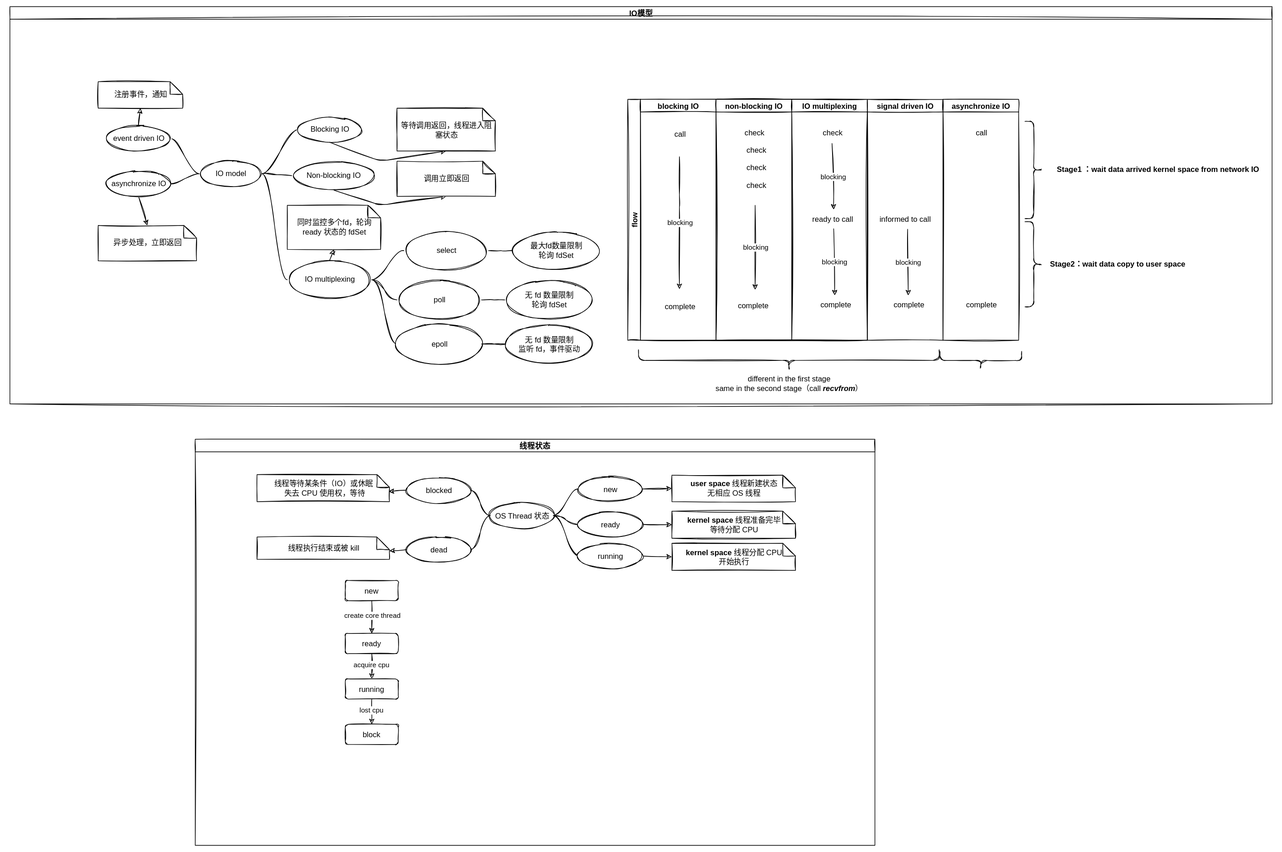
Earlier version of the draw.io export Mindmap/IO模型导图.svg (justin4v/ZettelNotes). Source tidied: cells renumbered, new cells last; positions are measured from the earlier drawing's top-left corner, leaving out a move shared by most shapes.
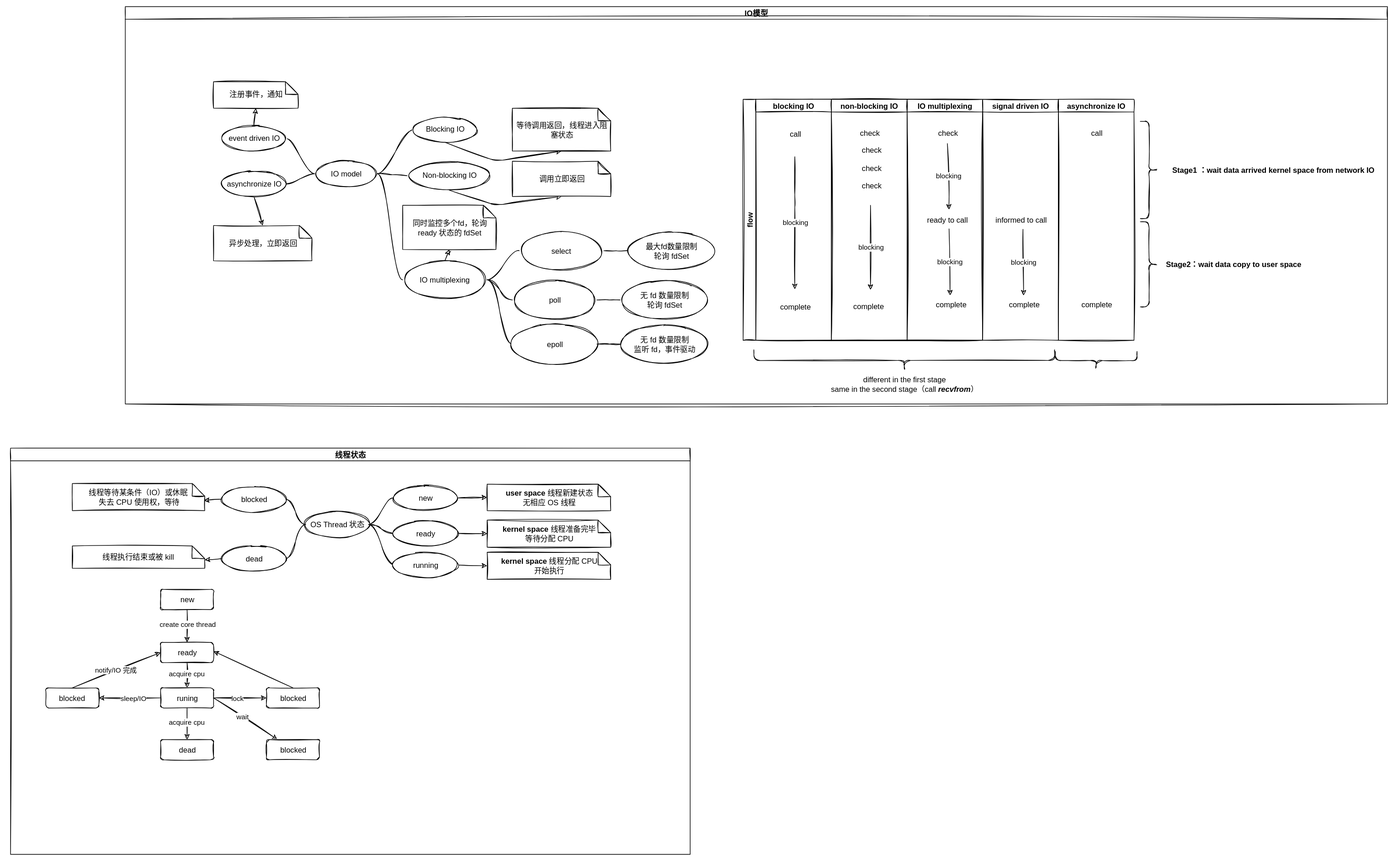
Above is the later version.

What changed in the source:
```diff
@@ -238,7 +238,7 @@
       <mxGeometry x="1610" y="182" width="28" height="154" as="geometry" />
     </mxCell>
     <mxCell id="74" value="线程状态" style="swimlane;startSize=20;horizontal=1;containerType=tree;" parent="1" vertex="1">
-      <mxGeometry x="294" y="686" width="1078" height="644" as="geometry" />
+      <mxGeometry x="-182" y="700" width="1078" height="644" as="geometry" />
     </mxCell>
     <mxCell id="75" value="OS Thread 状态" style="ellipse;whiteSpace=wrap;html=1;align=center;newEdgeStyle={&quot;edgeStyle&quot;:&quot;entityRelationEdgeStyle&quot;,&quot;startArrow&quot;:&quot;none&quot;,&quot;endArrow&quot;:&quot;none&quot;,&quot;segment&quot;:10,&quot;curved&quot;:1};" parent="74" vertex="1">
       <mxGeometry x="468" y="101" width="100" height="40" as="geometry" />
@@ -321,17 +321,55 @@
     <mxCell id="101" value="acquire cpu&amp;nbsp;" style="edgeLabel;html=1;align=center;verticalAlign=middle;" parent="100" vertex="1">
       <mxGeometry x="-0.11" relative="1" as="geometry" />
     </mxCell>
-    <mxCell id="102" value="running" style="rounded=1;whiteSpace=wrap;html=1;" parent="74" vertex="1">
+    <mxCell id="102" value="runing" style="rounded=1;whiteSpace=wrap;html=1;" parent="74" vertex="1">
       <mxGeometry x="238" y="380" width="84" height="32" as="geometry" />
     </mxCell>
-    <mxCell id="103" style="edgeStyle=none;html=1;" parent="74" edge="1" source="102" target="105">
-      <mxGeometry relative="1" as="geometry" />
-    </mxCell>
-    <mxCell id="104" value="lost&amp;nbsp;cpu&amp;nbsp;" style="edgeLabel;html=1;align=center;verticalAlign=middle;" parent="103" vertex="1">
-      <mxGeometry x="-0.11" relative="1" as="geometry" />
-    </mxCell>
-    <mxCell id="105" value="block" style="rounded=1;whiteSpace=wrap;html=1;" parent="74" vertex="1">
-      <mxGeometry x="238" y="452" width="84" height="32" as="geometry" />
-    </mxCell>
+    <mxCell id="106" style="edgeStyle=none;html=1;exitX=1;exitY=0.5;exitDx=0;exitDy=0;" parent="74" edge="1" source="102" target="108">
+      <mxGeometry relative="1" as="geometry" />
+    </mxCell>
+    <mxCell id="107" value="wait" style="edgeLabel;html=1;align=center;verticalAlign=middle;" parent="106" vertex="1">
+      <mxGeometry x="-0.11" relative="1" as="geometry" />
+    </mxCell>
+    <mxCell id="108" value="blocked" style="rounded=1;whiteSpace=wrap;html=1;" parent="74" vertex="1">
+      <mxGeometry x="406" y="462" width="84" height="32" as="geometry" />
+    </mxCell>
+    <mxCell id="109" style="edgeStyle=none;html=1;" parent="74" edge="1" source="102" target="111">
+      <mxGeometry relative="1" as="geometry" />
+    </mxCell>
+    <mxCell id="110" value="lock" style="edgeLabel;html=1;align=center;verticalAlign=middle;" parent="109" vertex="1">
+      <mxGeometry x="-0.11" relative="1" as="geometry" />
+    </mxCell>
+    <mxCell id="111" value="blocked" style="rounded=1;whiteSpace=wrap;html=1;" parent="74" vertex="1">
+      <mxGeometry x="406" y="380" width="84" height="32" as="geometry" />
+    </mxCell>
+    <mxCell id="112" style="edgeStyle=none;html=1;exitX=0;exitY=0.5;exitDx=0;exitDy=0;" parent="74" edge="1" source="102" target="116">
+      <mxGeometry relative="1" as="geometry" />
+    </mxCell>
+    <mxCell id="113" value="sleep/IO" style="edgeLabel;html=1;align=center;verticalAlign=middle;" parent="112" vertex="1">
+      <mxGeometry x="-0.11" relative="1" as="geometry" />
+    </mxCell>
+    <mxCell id="114" style="edgeStyle=none;html=1;exitX=0.5;exitY=0;exitDx=0;exitDy=0;entryX=0;entryY=0.5;entryDx=0;entryDy=0;" parent="74" edge="1" source="116" target="99">
+      <mxGeometry relative="1" as="geometry" />
+    </mxCell>
+    <mxCell id="115" value="notify/IO 完成" style="edgeLabel;html=1;align=center;verticalAlign=middle;" parent="114" vertex="1">
+      <mxGeometry x="-0.02" y="1" relative="1" as="geometry" />
+    </mxCell>
+    <mxCell id="116" value="blocked" style="rounded=1;whiteSpace=wrap;html=1;" parent="74" vertex="1">
+      <mxGeometry x="56" y="380" width="84" height="32" as="geometry" />
+    </mxCell>
+    <mxCell id="117" style="edgeStyle=none;html=1;" parent="74" edge="1" source="102" target="119">
+      <mxGeometry relative="1" as="geometry" />
+    </mxCell>
+    <mxCell id="118" value="acquire cpu&amp;nbsp;" style="edgeLabel;html=1;align=center;verticalAlign=middle;" parent="117" vertex="1">
+      <mxGeometry x="-0.11" relative="1" as="geometry" />
+    </mxCell>
+    <mxCell id="119" value="dead" style="rounded=1;whiteSpace=wrap;html=1;" parent="74" vertex="1">
+      <mxGeometry x="238" y="462" width="84" height="32" as="geometry" />
+    </mxCell>
+    <mxCell id="120" style="edgeStyle=none;html=1;exitX=0.5;exitY=0;exitDx=0;exitDy=0;" parent="1" edge="1" source="111">
+      <mxGeometry relative="1" as="geometry">
+        <mxPoint x="140" y="1022" as="targetPoint" />
+      </mxGeometry>
+    </mxCell>
   </root>
 </mxGraphModel>
```
